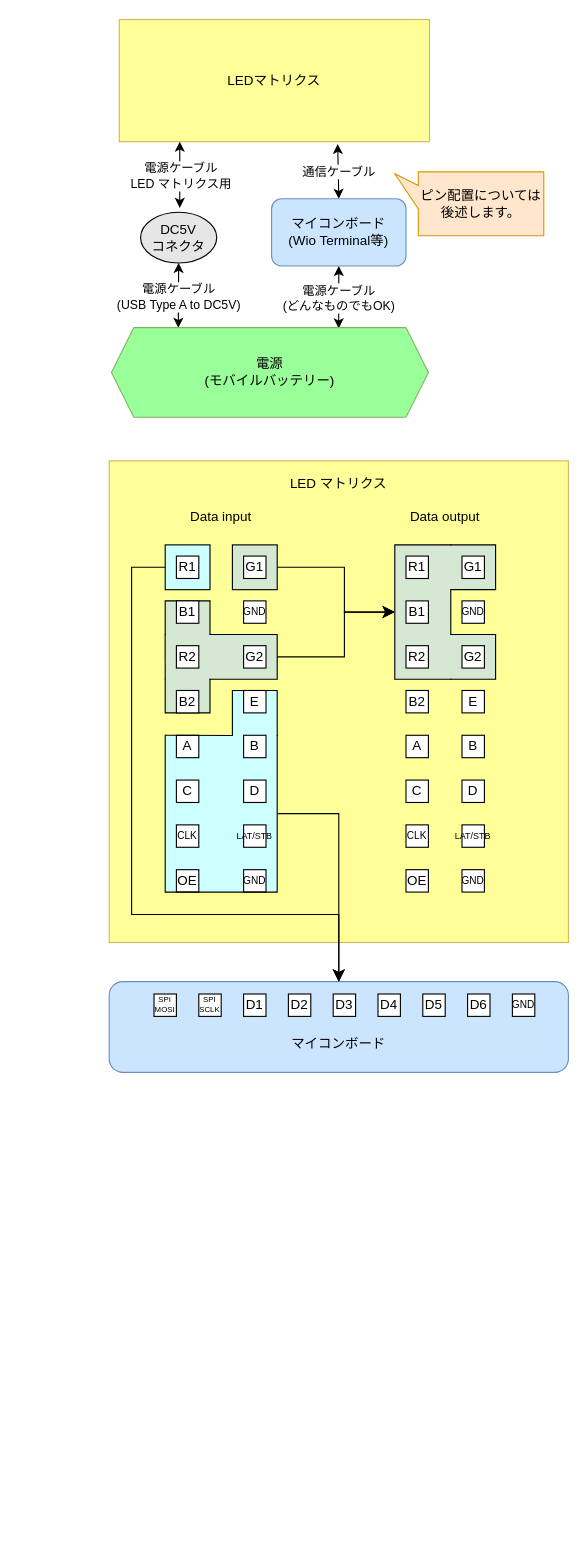
Earlier version of the draw.io diagram 名称未設定ファイル.drawio (ehime-iyokan/DrawIO). Source tidied: cells renumbered, new cells numbered last; positions are measured from the earlier drawing's top-left corner, leaving out a move shared by most shapes. Both pictures are drawn from the tidied source at 112%, with x=0, y=0 at pixel (109, 19).
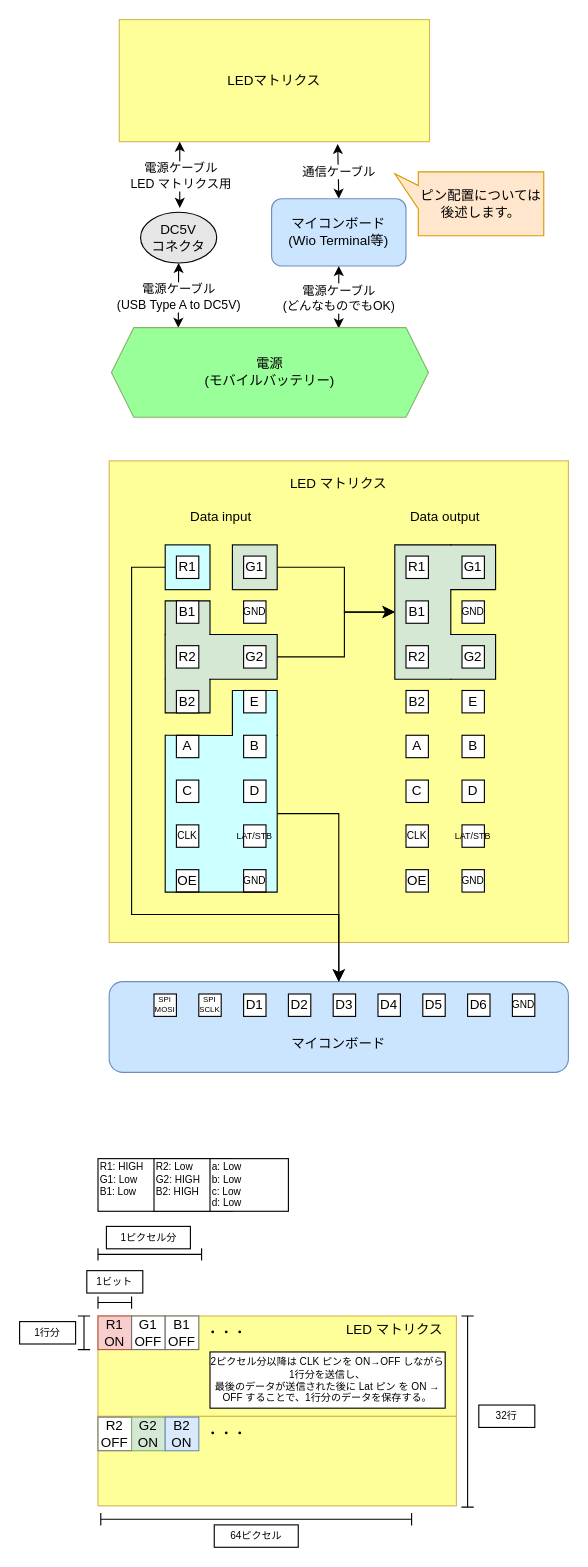
The same page after the edit.

Commit message:
データ送信イメージ図を追加

Diff of the diagram source:
```diff
@@
+    <mxCell id="84" style="rounded=0;whiteSpace=wrap;html=1;align=center;fillColor=#FFFF99;strokeColor=#d6b656;" parent="1" vertex="1">
+      <mxGeometry x="-10" y="1247" width="320" height="80" as="geometry" />
+    </mxCell>
@@
+    <mxCell id="85" style="rounded=0;whiteSpace=wrap;html=1;align=center;fillColor=#FFFF99;strokeColor=#d6b656;" parent="1" vertex="1">
+      <mxGeometry x="-10" y="1157.5" width="320" height="89.5" as="geometry" />
+    </mxCell>
+    <mxCell id="86" value="&lt;div&gt;R1&lt;/div&gt;ON" style="rounded=0;whiteSpace=wrap;html=1;fillColor=#f8cecc;strokeColor=#b85450;" parent="1" vertex="1">
+      <mxGeometry x="-10" y="1157.5" width="30" height="30" as="geometry" />
+    </mxCell>
+    <mxCell id="87" value="G1 OFF" style="rounded=0;whiteSpace=wrap;html=1;strokeColor=#737373;" parent="1" vertex="1">
+      <mxGeometry x="20" y="1157.5" width="30" height="30" as="geometry" />
+    </mxCell>
+    <mxCell id="88" value="&lt;div&gt;B1&lt;/div&gt;&lt;div&gt;OFF&lt;/div&gt;" style="rounded=0;whiteSpace=wrap;html=1;strokeColor=#737373;" parent="1" vertex="1">
+      <mxGeometry x="50" y="1157.5" width="30" height="30" as="geometry" />
+    </mxCell>
+    <mxCell id="89" value="&lt;div&gt;2ピクセル分以降は CLK ピンを ON→OFF しながら 1行分を送信し、&lt;/div&gt;&lt;div&gt;最後のデータが送信された後に Lat ピン を ON → OFF することで、1行分のデータを保存する。&lt;/div&gt;" style="rounded=0;whiteSpace=wrap;html=1;fontSize=9;" parent="1" vertex="1">
+      <mxGeometry x="90" y="1189.6" width="210" height="50.2" as="geometry" />
+    </mxCell>
+    <mxCell id="90" style="shape=partialRectangle;whiteSpace=wrap;html=1;top=0;bottom=0;fillColor=none;" parent="1" vertex="1">
+      <mxGeometry x="-10" y="1140.5" width="30" height="10" as="geometry" />
+    </mxCell>
+    <mxCell id="91" style="endArrow=none;html=1;rounded=0;fontSize=12;startSize=8;endSize=8;curved=1;exitX=0;exitY=0.5;exitDx=0;exitDy=0;entryX=1;entryY=0.5;entryDx=0;entryDy=0;" parent="1" edge="1" source="90" target="90">
+      <mxGeometry relative="1" as="geometry" />
+    </mxCell>
+    <mxCell id="92" style="endArrow=none;html=1;rounded=0;fontSize=12;startSize=8;endSize=8;curved=1;exitX=0;exitY=0.5;exitDx=0;exitDy=0;entryX=1;entryY=0.5;entryDx=0;entryDy=0;" parent="1" edge="1" source="93" target="93">
+      <mxGeometry relative="1" as="geometry" />
+    </mxCell>
+    <mxCell id="93" style="shape=partialRectangle;whiteSpace=wrap;html=1;top=0;bottom=0;fillColor=none;" parent="1" vertex="1">
+      <mxGeometry x="-10" y="1097.5" width="92.5" height="10" as="geometry" />
+    </mxCell>
+    <mxCell id="94" value="1ビット" style="rounded=0;whiteSpace=wrap;html=1;fontSize=9;" parent="1" vertex="1">
+      <mxGeometry x="-20" y="1117" width="50" height="20" as="geometry" />
+    </mxCell>
+    <mxCell id="95" style="shape=partialRectangle;whiteSpace=wrap;html=1;top=0;bottom=0;fillColor=none;rotation=90;" parent="1" vertex="1">
+      <mxGeometry x="-37.5" y="1167.5" width="30" height="10" as="geometry" />
+    </mxCell>
+    <mxCell id="96" style="endArrow=none;html=1;rounded=0;fontSize=12;startSize=8;endSize=8;curved=1;exitX=0;exitY=0.5;exitDx=0;exitDy=0;entryX=1;entryY=0.5;entryDx=0;entryDy=0;" parent="1" edge="1" source="95" target="95">
+      <mxGeometry relative="1" as="geometry" />
+    </mxCell>
+    <mxCell id="97" value="・・・" style="rounded=0;whiteSpace=wrap;html=1;fillColor=none;strokeColor=none;" parent="1" vertex="1">
+      <mxGeometry x="80" y="1162.5" width="50" height="20" as="geometry" />
+    </mxCell>
+    <mxCell id="98" value="&lt;div&gt;R1: HIGH&lt;/div&gt;&lt;div&gt;G1: Low&lt;/div&gt;&lt;div&gt;B1: Low&lt;/div&gt;&lt;div&gt;&lt;br&gt;&lt;/div&gt;" style="rounded=0;whiteSpace=wrap;html=1;fontSize=9;align=left;" parent="1" vertex="1">
+      <mxGeometry x="-10" y="1017" width="100" height="47" as="geometry" />
+    </mxCell>
+    <mxCell id="99" value="&lt;div&gt;R2:&amp;nbsp;Low&lt;/div&gt;&lt;div&gt;G2:&amp;nbsp;HIGH&lt;/div&gt;&lt;div&gt;B2:&amp;nbsp;HIGH&lt;/div&gt;&lt;div&gt;&lt;br&gt;&lt;/div&gt;" style="rounded=0;whiteSpace=wrap;html=1;fontSize=9;align=left;spacingLeft=0;fillColor=default;strokeColor=default;" parent="1" vertex="1">
+      <mxGeometry x="40" y="1017" width="70" height="47" as="geometry" />
+    </mxCell>
+    <mxCell id="100" value="&lt;div&gt;R2&lt;/div&gt;OFF" style="rounded=0;whiteSpace=wrap;html=1;strokeColor=#737373;" parent="1" vertex="1">
+      <mxGeometry x="-10" y="1247.8" width="30" height="30" as="geometry" />
+    </mxCell>
+    <mxCell id="101" value="G2 ON" style="rounded=0;whiteSpace=wrap;html=1;fillColor=#d5e8d4;strokeColor=#82b366;" parent="1" vertex="1">
+      <mxGeometry x="20" y="1247.8" width="30" height="30" as="geometry" />
+    </mxCell>
+    <mxCell id="102" value="&lt;div&gt;B2&lt;/div&gt;&lt;div&gt;ON&lt;/div&gt;" style="rounded=0;whiteSpace=wrap;html=1;fillColor=#dae8fc;strokeColor=#6c8ebf;" parent="1" vertex="1">
+      <mxGeometry x="50" y="1247.8" width="30" height="30" as="geometry" />
+    </mxCell>
+    <mxCell id="103" value="・・・" style="rounded=0;whiteSpace=wrap;html=1;fillColor=none;strokeColor=none;" parent="1" vertex="1">
+      <mxGeometry x="80" y="1252.8" width="50" height="20" as="geometry" />
+    </mxCell>
+    <mxCell id="104" value="1行分" style="rounded=0;whiteSpace=wrap;html=1;fontSize=9;" parent="1" vertex="1">
+      <mxGeometry x="-80" y="1162.5" width="50" height="20" as="geometry" />
+    </mxCell>
+    <mxCell id="105" value="&lt;div&gt;64ピクセル&lt;/div&gt;" style="rounded=0;whiteSpace=wrap;html=1;fontSize=9;" parent="1" vertex="1">
+      <mxGeometry x="93.8" y="1344" width="75" height="20" as="geometry" />
+    </mxCell>
+    <mxCell id="106" style="endArrow=none;html=1;rounded=0;fontSize=12;startSize=8;endSize=8;curved=1;exitX=0;exitY=0.5;exitDx=0;exitDy=0;entryX=1;entryY=0.5;entryDx=0;entryDy=0;" parent="1" edge="1" source="107" target="107">
+      <mxGeometry relative="1" as="geometry" />
+    </mxCell>
+    <mxCell id="107" style="shape=partialRectangle;whiteSpace=wrap;html=1;top=0;bottom=0;fillColor=none;" parent="1" vertex="1">
+      <mxGeometry x="-7.5" y="1334" width="277.5" height="10" as="geometry" />
+    </mxCell>
+    <mxCell id="108" value="32行" style="rounded=0;whiteSpace=wrap;html=1;fontSize=9;" parent="1" vertex="1">
+      <mxGeometry x="330" y="1237" width="50" height="20" as="geometry" />
+    </mxCell>
+    <mxCell id="109" style="endArrow=none;html=1;rounded=0;fontSize=12;startSize=8;endSize=8;curved=1;exitX=0;exitY=0.5;exitDx=0;exitDy=0;entryX=1;entryY=0.5;entryDx=0;entryDy=0;" parent="1" edge="1" source="110" target="110">
+      <mxGeometry relative="1" as="geometry" />
+    </mxCell>
+    <mxCell id="110" style="shape=partialRectangle;whiteSpace=wrap;html=1;top=0;bottom=0;fillColor=none;rotation=90;" parent="1" vertex="1">
+      <mxGeometry x="234.7" y="1237.8" width="170.6" height="10" as="geometry" />
+    </mxCell>
+    <mxCell id="111" value="1ピクセル分" style="rounded=0;whiteSpace=wrap;html=1;fontSize=9;" parent="1" vertex="1">
+      <mxGeometry x="-2.5" y="1077.5" width="75" height="20" as="geometry" />
+    </mxCell>
+    <mxCell id="112" value="LED マトリクス" style="rounded=0;whiteSpace=wrap;html=1;align=center;fillColor=none;strokeColor=none;" parent="1" vertex="1">
+      <mxGeometry x="200" y="1157.5" width="110" height="24" as="geometry" />
+    </mxCell>
+    <mxCell id="113" value="&lt;div&gt;a: Low&lt;/div&gt;&lt;div&gt;b:&amp;nbsp;Low&lt;/div&gt;&lt;div&gt;c:&amp;nbsp;Low&lt;/div&gt;&lt;div&gt;d:&amp;nbsp;Low&lt;/div&gt;" style="rounded=0;whiteSpace=wrap;html=1;fontSize=9;align=left;" parent="1" vertex="1">
+      <mxGeometry x="90" y="1017" width="70" height="47" as="geometry" />
+    </mxCell>
```
